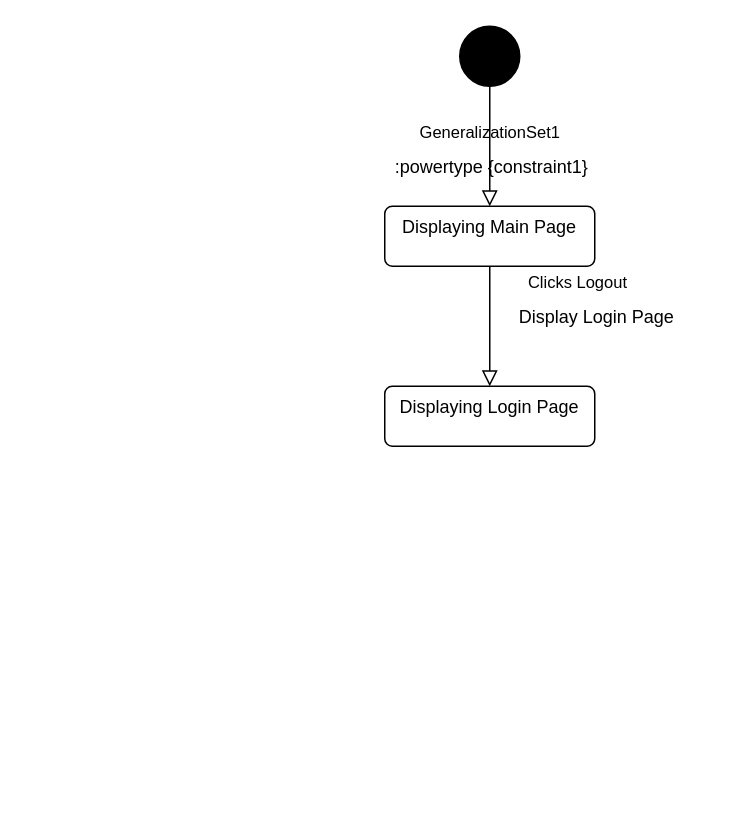
Earlier version of the draw.io diagram Use Case 2.drawio (AbdulmoizTalpur/Tutorial-week-3). Source tidied: cells renumbered, new cells numbered last; positions are measured from the earlier drawing's top-left corner, leaving out a move shared by most shapes. Both pictures are drawn from the tidied source at 150%, with x=0, y=0 at pixel (384, 26).
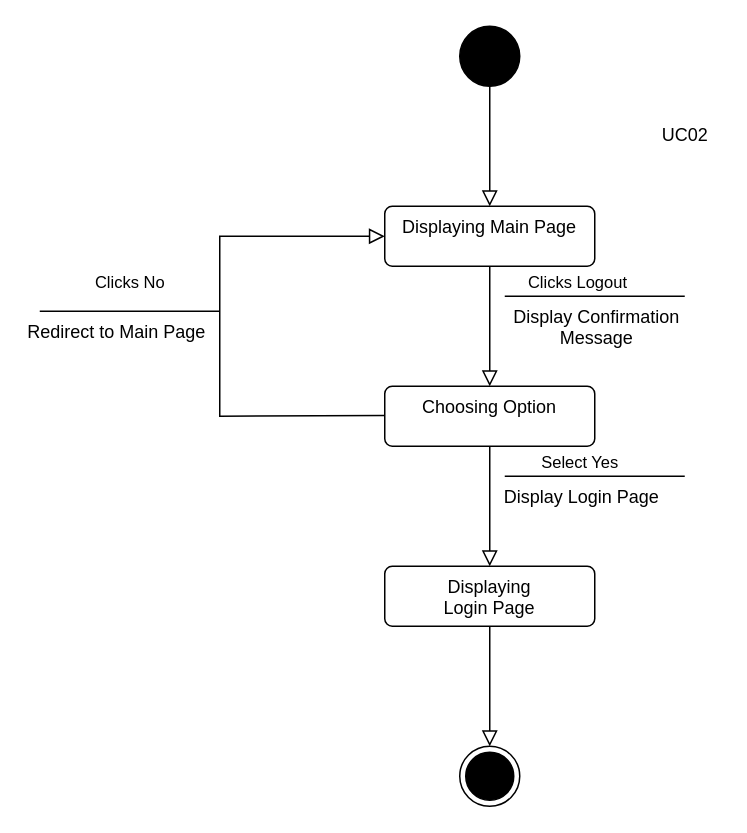
After the change.

Unchanged cells that the change refers to:
```xml
<mxCell id="2" style="ellipse;fillColor=strokeColor;html=1;" parent="1" vertex="1">
  <mxGeometry x="50" width="40" height="40" as="geometry" />
</mxCell>
<mxCell id="5" value="Displaying Main Page" style="html=1;align=center;verticalAlign=top;rounded=1;absoluteArcSize=1;arcSize=10;dashed=0;whiteSpace=wrap;" parent="1" vertex="1">
  <mxGeometry y="120" width="140" height="40" as="geometry" />
</mxCell>
<mxCell id="6" value="Clicks Logout&amp;nbsp;" style="endArrow=block;html=1;rounded=0;align=center;verticalAlign=bottom;endFill=0;labelBackgroundColor=none;endSize=8;exitX=0.5;exitY=1;exitDx=0;exitDy=0;" parent="1" edge="1" source="5">
  <mxGeometry x="-0.5" y="60" relative="1" as="geometry">
    <mxPoint x="70" y="240" as="targetPoint" />
  </mxGeometry>
</mxCell>
```

Change to the diagram source:
```diff
@@
-    <mxCell id="3" value="GeneralizationSet1" style="endArrow=block;html=1;rounded=0;align=center;verticalAlign=bottom;endFill=0;labelBackgroundColor=none;endSize=8;exitX=0.5;exitY=1;exitDx=0;exitDy=0;" parent="1" edge="1" source="2">
+    <mxCell id="3" style="endArrow=block;html=1;rounded=0;align=center;verticalAlign=bottom;endFill=0;labelBackgroundColor=none;endSize=8;exitX=0.5;exitY=1;exitDx=0;exitDy=0;" parent="1" edge="1" source="2">
       <mxGeometry relative="1" as="geometry">
         <mxPoint x="70" y="120" as="targetPoint" />
       </mxGeometry>
     </mxCell>
-    <mxCell id="4" value=":powertype {constraint1}" style="html=1;align=center;verticalAlign=top;labelBackgroundColor=none;" parent="3" vertex="1">
+    <mxCell id="4" style="html=1;align=center;verticalAlign=top;labelBackgroundColor=none;" parent="3" vertex="1">
       <mxGeometry relative="1" as="geometry" />
     </mxCell>
@@
-    <mxCell id="7" value="Display Login Page" style="html=1;align=center;verticalAlign=top;labelBackgroundColor=none;" parent="6" vertex="1">
+    <mxCell id="7" value="Display Confirmation&lt;br&gt;Message" style="html=1;align=center;verticalAlign=top;labelBackgroundColor=none;" parent="6" vertex="1">
       <mxGeometry relative="1" as="geometry">
         <mxPoint x="70" y="-20" as="offset" />
       </mxGeometry>
     </mxCell>
-    <mxCell id="8" value="Displaying Login Page" style="html=1;align=center;verticalAlign=top;rounded=1;absoluteArcSize=1;arcSize=10;dashed=0;whiteSpace=wrap;" parent="1" vertex="1">
+    <mxCell id="8" value="Choosing Option" style="html=1;align=center;verticalAlign=top;rounded=1;absoluteArcSize=1;arcSize=10;dashed=0;whiteSpace=wrap;" parent="1" vertex="1">
       <mxGeometry y="240" width="140" height="40" as="geometry" />
     </mxCell>
+    <mxCell id="9" style="ellipse;html=1;shape=endState;fillColor=strokeColor;" parent="1" vertex="1">
+      <mxGeometry x="50" y="480" width="40" height="40" as="geometry" />
+    </mxCell>
+    <mxCell id="10" value="UC02" style="text;html=1;align=center;verticalAlign=middle;strokeColor=none;fillColor=none;" parent="1" vertex="1">
+      <mxGeometry x="175" y="58" width="50" height="30" as="geometry" />
+    </mxCell>
+    <mxCell id="11" style="endArrow=none;html=1;endSize=12;startArrow=none;startSize=14;startFill=0;edgeStyle=orthogonalEdgeStyle;align=center;verticalAlign=bottom;endFill=0;rounded=0;" parent="1" edge="1">
+      <mxGeometry y="3" relative="1" as="geometry">
+        <mxPoint x="80" y="180" as="sourcePoint" />
+        <mxPoint x="200" y="180" as="targetPoint" />
+      </mxGeometry>
+    </mxCell>
+    <mxCell id="12" value="Clicks No" style="endArrow=block;html=1;rounded=0;align=center;verticalAlign=bottom;endFill=0;labelBackgroundColor=none;endSize=8;exitX=0;exitY=0.5;exitDx=0;exitDy=0;entryX=0;entryY=0.5;entryDx=0;entryDy=0;" parent="1" edge="1" target="5">
+      <mxGeometry x="0.12" y="60" relative="1" as="geometry">
+        <mxPoint y="259.5" as="sourcePoint" />
+        <Array as="points">
+          <mxPoint x="-110" y="260" />
+          <mxPoint x="-110" y="140" />
+        </Array>
+      </mxGeometry>
+    </mxCell>
+    <mxCell id="13" value="Redirect to Main Page" style="html=1;align=center;verticalAlign=top;labelBackgroundColor=none;" parent="12" vertex="1">
+      <mxGeometry relative="1" as="geometry">
+        <mxPoint x="-70" y="-10" as="offset" />
+      </mxGeometry>
+    </mxCell>
+    <mxCell id="14" value="Select Yes" style="endArrow=block;html=1;rounded=0;align=center;verticalAlign=bottom;endFill=0;labelBackgroundColor=none;endSize=8;exitX=0.5;exitY=1;exitDx=0;exitDy=0;" parent="1" edge="1" source="8">
+      <mxGeometry x="-0.5" y="60" relative="1" as="geometry">
+        <mxPoint x="70" y="360" as="targetPoint" />
+      </mxGeometry>
+    </mxCell>
+    <mxCell id="15" value="Display Login Page" style="html=1;align=center;verticalAlign=top;labelBackgroundColor=none;" parent="14" vertex="1">
+      <mxGeometry relative="1" as="geometry">
+        <mxPoint x="60" y="-20" as="offset" />
+      </mxGeometry>
+    </mxCell>
+    <mxCell id="16" value="Displaying &lt;br&gt;Login Page" style="html=1;align=center;verticalAlign=top;rounded=1;absoluteArcSize=1;arcSize=10;dashed=0;whiteSpace=wrap;" parent="1" vertex="1">
+      <mxGeometry y="360" width="140" height="40" as="geometry" />
+    </mxCell>
+    <mxCell id="17" style="endArrow=none;html=1;endSize=12;startArrow=none;startSize=14;startFill=0;edgeStyle=orthogonalEdgeStyle;align=center;verticalAlign=bottom;endFill=0;rounded=0;" parent="1" edge="1">
+      <mxGeometry y="3" relative="1" as="geometry">
+        <mxPoint x="80" y="300" as="sourcePoint" />
+        <mxPoint x="200" y="300" as="targetPoint" />
+      </mxGeometry>
+    </mxCell>
+    <mxCell id="18" style="endArrow=block;html=1;rounded=0;align=center;verticalAlign=bottom;endFill=0;labelBackgroundColor=none;endSize=8;exitX=0.5;exitY=1;exitDx=0;exitDy=0;" parent="1" edge="1" source="16">
+      <mxGeometry relative="1" as="geometry">
+        <mxPoint x="70" y="480" as="targetPoint" />
+      </mxGeometry>
+    </mxCell>
+    <mxCell id="19" style="html=1;align=center;verticalAlign=top;labelBackgroundColor=none;" parent="18" vertex="1">
+      <mxGeometry relative="1" as="geometry" />
+    </mxCell>
+    <mxCell id="20" style="endArrow=none;html=1;endSize=12;startArrow=none;startSize=14;startFill=0;edgeStyle=orthogonalEdgeStyle;align=center;verticalAlign=bottom;endFill=0;rounded=0;" parent="1" edge="1">
+      <mxGeometry y="3" relative="1" as="geometry">
+        <mxPoint x="-230" y="190" as="sourcePoint" />
+        <mxPoint x="-110" y="190" as="targetPoint" />
+      </mxGeometry>
+    </mxCell>
```
